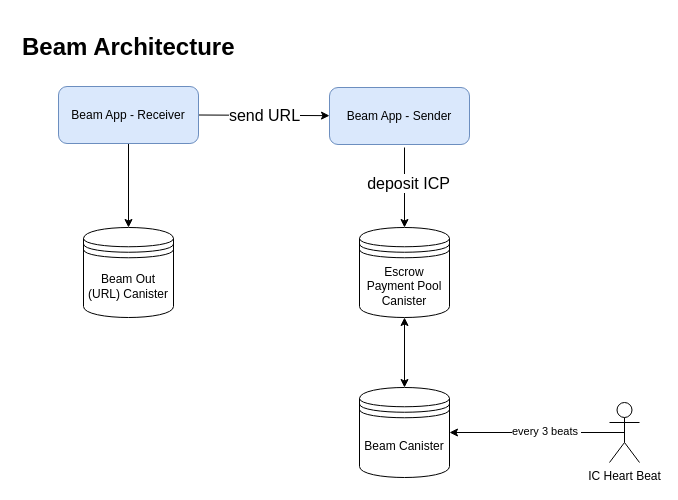
The draw.io diagram page "Beam" (1 of 3) of diagram/architecture.drawio in BeamFi/BeamFiProtocol, before the edit. Source tidied: cells renumbered, new cells numbered last; positions are measured from the earlier drawing's top-left corner, leaving out a move shared by most shapes. Both pictures are drawn from the tidied source at 100%, with x=0, y=0 at pixel (17, 27).
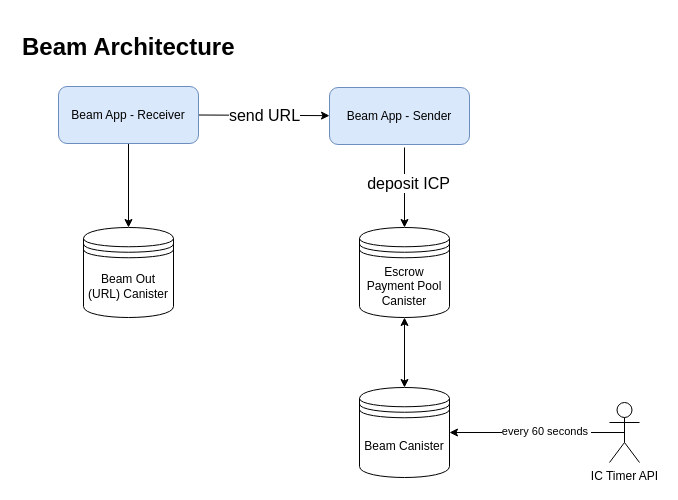
The same page after the edit.

Commit message:
[CON-12 Doc] Replace heart beat by Timer API

What changed in the source:
```diff
@@
 <mxGraphModel>
   <root>
     <mxCell id="0" />
     <mxCell id="1" parent="0" />
     <mxCell id="2" value="&lt;h1&gt;Beam Architecture&lt;/h1&gt;" style="text;html=1;strokeColor=none;fillColor=none;spacing=5;spacingTop=-20;whiteSpace=wrap;overflow=hidden;rounded=0;" parent="1" vertex="1">
       <mxGeometry width="320" height="40" as="geometry" />
     </mxCell>
     <mxCell id="3" value="Beam Canister" style="shape=datastore;whiteSpace=wrap;html=1;" parent="1" vertex="1">
       <mxGeometry x="342" y="360" width="90" height="90" as="geometry" />
     </mxCell>
     <mxCell id="4" style="edgeStyle=none;html=1;exitX=0.5;exitY=1;exitDx=0;exitDy=0;entryX=0.5;entryY=0;entryDx=0;entryDy=0;" parent="1" edge="1" source="15" target="12">
       <mxGeometry relative="1" as="geometry" />
     </mxCell>
     <mxCell id="5" style="edgeStyle=none;html=1;entryX=0.5;entryY=0;entryDx=0;entryDy=0;" parent="1" edge="1" target="8">
       <mxGeometry relative="1" as="geometry">
         <mxPoint x="387" y="120" as="sourcePoint" />
       </mxGeometry>
     </mxCell>
     <mxCell id="6" value="deposit ICP" style="edgeLabel;html=1;align=center;verticalAlign=middle;fontSize=16;" parent="5" vertex="1">
       <mxGeometry x="-0.13" y="3" relative="1" as="geometry" />
     </mxCell>
     <mxCell id="7" value="Beam App - Sender" style="rounded=1;whiteSpace=wrap;html=1;fillColor=#dae8fc;strokeColor=#6c8ebf;" parent="1" vertex="1">
       <mxGeometry x="312" y="60" width="140" height="57" as="geometry" />
     </mxCell>
     <mxCell id="8" value="Escrow Payment Pool Canister" style="shape=datastore;whiteSpace=wrap;html=1;" parent="1" vertex="1">
       <mxGeometry x="342" y="200" width="90" height="90" as="geometry" />
     </mxCell>
     <mxCell id="9" style="edgeStyle=none;html=1;entryX=1;entryY=0.5;entryDx=0;entryDy=0;exitX=0.5;exitY=0.5;exitDx=0;exitDy=0;exitPerimeter=0;" parent="1" edge="1" source="11" target="3">
       <mxGeometry relative="1" as="geometry" />
     </mxCell>
-    <mxCell id="10" value="every 3 beats&amp;nbsp;" style="edgeLabel;html=1;align=center;verticalAlign=middle;" parent="9" vertex="1">
+    <mxCell id="10" value="every 60 seconds&amp;nbsp;" style="edgeLabel;html=1;align=center;verticalAlign=middle;" parent="9" vertex="1">
       <mxGeometry x="-0.1" y="-2" relative="1" as="geometry" />
     </mxCell>
-    <mxCell id="11" value="IC Heart Beat" style="shape=umlActor;verticalLabelPosition=bottom;verticalAlign=top;html=1;" parent="1" vertex="1">
+    <mxCell id="11" value="IC Timer API" style="shape=umlActor;verticalLabelPosition=bottom;verticalAlign=top;html=1;" parent="1" vertex="1">
       <mxGeometry x="592" y="375" width="30" height="60" as="geometry" />
     </mxCell>
     <mxCell id="12" value="Beam Out (URL) Canister" style="shape=datastore;whiteSpace=wrap;html=1;" parent="1" vertex="1">
       <mxGeometry x="66" y="200" width="90" height="90" as="geometry" />
     </mxCell>
     <mxCell id="13" style="endArrow=classic;startArrow=classic;html=1;entryX=0.5;entryY=0;entryDx=0;entryDy=0;" parent="1" edge="1" source="8" target="3">
       <mxGeometry relative="1" as="geometry" />
     </mxCell>
     <mxCell id="14" value="send URL" style="edgeStyle=none;html=1;exitX=1;exitY=0.5;exitDx=0;exitDy=0;fontSize=16;" parent="1" edge="1" source="15" target="7">
       <mxGeometry relative="1" as="geometry" />
     </mxCell>
     <mxCell id="15" value="Beam App - Receiver" style="rounded=1;whiteSpace=wrap;html=1;fillColor=#dae8fc;strokeColor=#6c8ebf;" parent="1" vertex="1">
       <mxGeometry x="41" y="59" width="140" height="57" as="geometry" />
     </mxCell>
   </root>
 </mxGraphModel>
```
